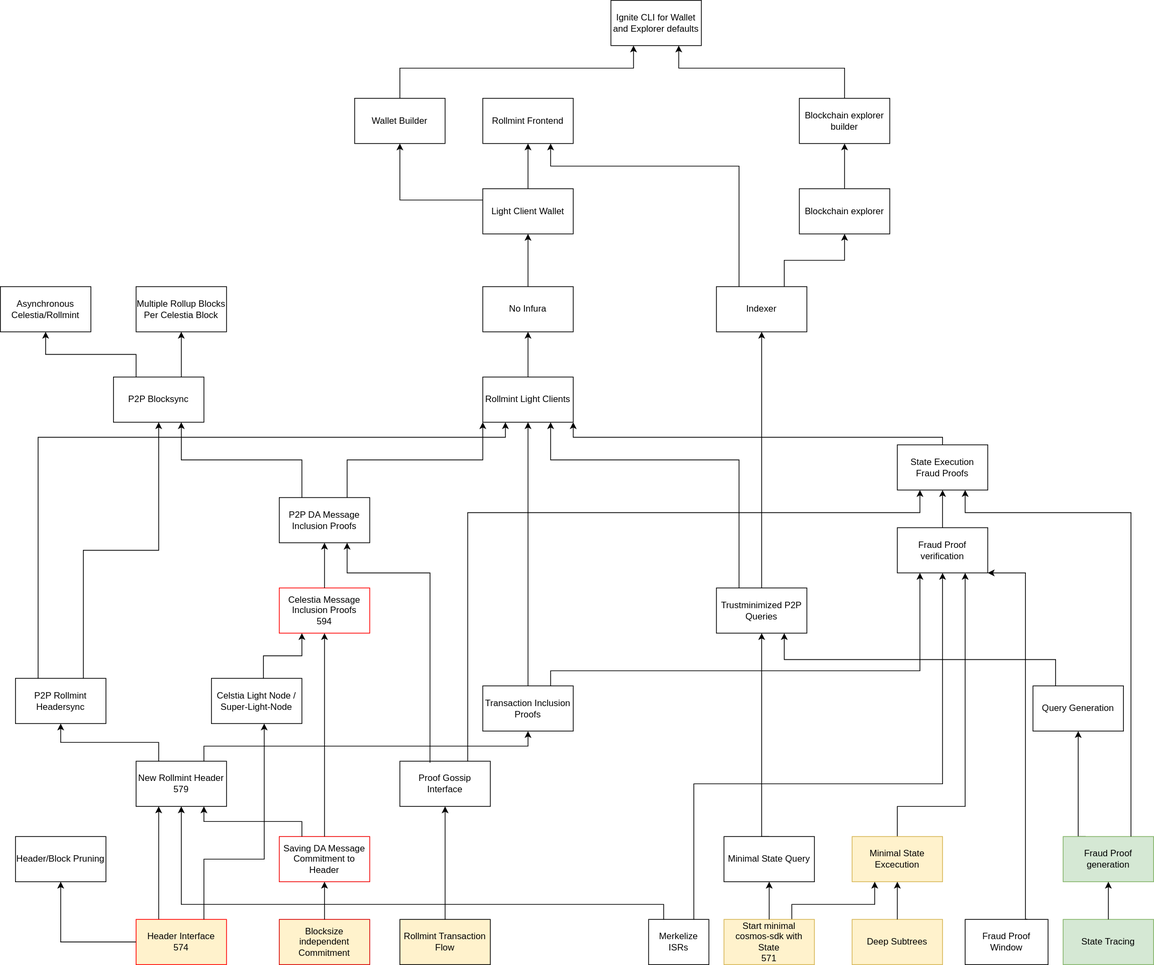
The draw.io diagram docs/Specification/dependency-graph.drawio.svg in rollkit/rollkit, before a commit. Source tidied: cells renumbered, new cells last; positions are measured from the earlier drawing's top-left corner, leaving out a move shared by most shapes.
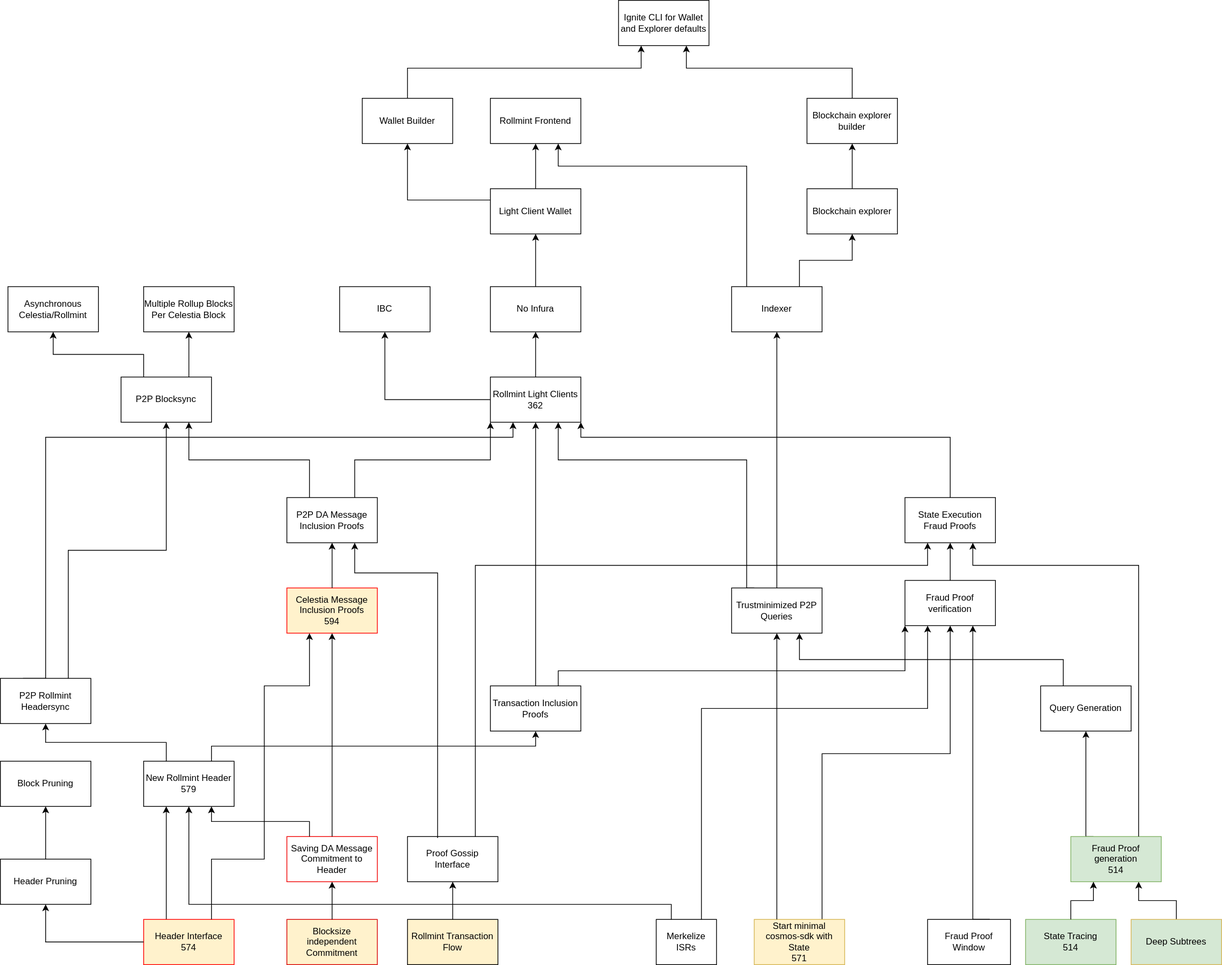
The same diagram one commit later.

Commit message:
added and removed Boxex added existing Epics created markdown

Change to the diagram source:
```diff
@@ -20,13 +20,13 @@
     <mxCell id="7" style="edgeStyle=orthogonalEdgeStyle;rounded=0;jettySize=auto;html=1;exitX=0.75;exitY=0;exitDx=0;exitDy=0;entryX=0.25;entryY=1;entryDx=0;entryDy=0;" parent="1" edge="1" source="8" target="60">
       <mxGeometry relative="1" as="geometry">
         <Array as="points">
-          <mxPoint x="620" y="680" />
-          <mxPoint x="1220" y="680" />
+          <mxPoint x="620" y="750" />
+          <mxPoint x="1220" y="750" />
         </Array>
       </mxGeometry>
     </mxCell>
     <mxCell id="8" value="Proof Gossip Interface" style="rounded=0;whiteSpace=wrap;html=1;" parent="1" vertex="1">
-      <mxGeometry x="530" y="1010" width="120" height="60" as="geometry" />
+      <mxGeometry x="530" y="1110" width="120" height="60" as="geometry" />
     </mxCell>
     <mxCell id="9" value="New Rollmint Header&lt;br&gt;&lt;a href=&quot;https://github.com/celestiaorg/rollmint/issues/579&quot;&gt;579&lt;/a&gt;" style="rounded=0;whiteSpace=wrap;html=1;" parent="1" vertex="1">
       <mxGeometry x="180" y="1010" width="120" height="60" as="geometry" />
@@ -39,11 +39,11 @@
         </Array>
       </mxGeometry>
     </mxCell>
-    <mxCell id="11" style="edgeStyle=orthogonalEdgeStyle;rounded=0;jettySize=auto;html=1;exitX=0.75;exitY=0;exitDx=0;exitDy=0;entryX=0.25;entryY=1;entryDx=0;entryDy=0;" parent="1" edge="1" source="12" target="56">
+    <mxCell id="11" style="edgeStyle=orthogonalEdgeStyle;rounded=0;jettySize=auto;html=1;exitX=0.75;exitY=0;exitDx=0;exitDy=0;entryX=0;entryY=1;entryDx=0;entryDy=0;" parent="1" edge="1" source="12" target="56">
       <mxGeometry relative="1" as="geometry">
         <Array as="points">
           <mxPoint x="730" y="890" />
-          <mxPoint x="1220" y="890" />
+          <mxPoint x="1190" y="890" />
         </Array>
       </mxGeometry>
     </mxCell>
@@ -58,7 +58,7 @@
         </Array>
       </mxGeometry>
     </mxCell>
-    <mxCell id="14" value="Celestia Message Inclusion Proofs&lt;br&gt;&lt;a href=&quot;https://github.com/celestiaorg/rollmint/issues/594&quot;&gt;594&lt;/a&gt;" style="rounded=0;whiteSpace=wrap;html=1;strokeColor=#FF0000;" parent="1" vertex="1">
+    <mxCell id="14" value="&lt;font color=&quot;#000000&quot;&gt;Celestia Message Inclusion Proofs&lt;/font&gt;&lt;br&gt;&lt;a href=&quot;https://github.com/celestiaorg/rollmint/issues/594&quot;&gt;594&lt;/a&gt;" style="rounded=0;whiteSpace=wrap;html=1;strokeColor=#FF0000;fillColor=#FFF2CC;" parent="1" vertex="1">
       <mxGeometry x="370" y="780" width="120" height="60" as="geometry" />
     </mxCell>
     <mxCell id="15" style="edgeStyle=orthogonalEdgeStyle;rounded=0;jettySize=auto;html=1;entryX=0.5;entryY=1;entryDx=0;entryDy=0;exitX=0.5;exitY=0;exitDx=0;exitDy=0;" parent="1" edge="1" source="5" target="14">
@@ -69,27 +69,16 @@
         </Array>
       </mxGeometry>
     </mxCell>
-    <mxCell id="16" style="edgeStyle=orthogonalEdgeStyle;rounded=0;jettySize=auto;html=1;exitX=0.575;exitY=0.017;exitDx=0;exitDy=0;entryX=0.25;entryY=1;entryDx=0;entryDy=0;exitPerimeter=0;" parent="1" edge="1" source="17" target="14">
-      <mxGeometry relative="1" as="geometry">
-        <Array as="points">
-          <mxPoint x="349" y="870" />
-          <mxPoint x="400" y="870" />
-        </Array>
-      </mxGeometry>
-    </mxCell>
-    <mxCell id="17" value="Celstia Light Node / Super-Light-Node" style="rounded=0;whiteSpace=wrap;html=1;" parent="1" vertex="1">
-      <mxGeometry x="280" y="900" width="120" height="60" as="geometry" />
-    </mxCell>
     <mxCell id="18" style="edgeStyle=orthogonalEdgeStyle;rounded=0;jettySize=auto;html=1;exitX=0.75;exitY=0;exitDx=0;exitDy=0;entryX=0.5;entryY=1;entryDx=0;entryDy=0;" parent="1" edge="1" source="19" target="27">
       <mxGeometry relative="1" as="geometry">
         <Array as="points">
-          <mxPoint x="110" y="730" />
+          <mxPoint x="80" y="730" />
           <mxPoint x="210" y="730" />
         </Array>
       </mxGeometry>
     </mxCell>
     <mxCell id="19" value="P2P Rollmint Headersync" style="whiteSpace=wrap;html=1;rounded=0;" parent="1" vertex="1">
-      <mxGeometry x="20" y="900" width="120" height="60" as="geometry" />
+      <mxGeometry x="-10" y="900" width="120" height="60" as="geometry" />
     </mxCell>
     <mxCell id="20" style="edgeStyle=orthogonalEdgeStyle;rounded=0;jettySize=auto;html=1;exitX=0.25;exitY=0;exitDx=0;exitDy=0;" parent="1" edge="1" source="9" target="19">
       <mxGeometry relative="1" as="geometry" />
@@ -128,8 +117,8 @@
         </Array>
       </mxGeometry>
     </mxCell>
-    <mxCell id="29" value="Header/Block Pruning" style="rounded=0;whiteSpace=wrap;html=1;" parent="1" vertex="1">
-      <mxGeometry x="20" y="1110" width="120" height="60" as="geometry" />
+    <mxCell id="29" value="Header Pruning" style="rounded=0;whiteSpace=wrap;html=1;" parent="1" vertex="1">
+      <mxGeometry x="-10" y="1140" width="120" height="60" as="geometry" />
     </mxCell>
     <mxCell id="30" style="edgeStyle=orthogonalEdgeStyle;rounded=0;jettySize=auto;html=1;exitX=0;exitY=0.5;exitDx=0;exitDy=0;entryX=0.5;entryY=1;entryDx=0;entryDy=0;" parent="1" edge="1" source="3" target="29">
       <mxGeometry relative="1" as="geometry" />
@@ -137,19 +126,20 @@
     <mxCell id="31" value="Asynchronous Celestia/Rollmint " style="rounded=0;whiteSpace=wrap;html=1;" parent="1" vertex="1">
       <mxGeometry y="380" width="120" height="60" as="geometry" />
     </mxCell>
-    <mxCell id="32" style="edgeStyle=orthogonalEdgeStyle;rounded=0;jettySize=auto;html=1;exitX=0.75;exitY=0;exitDx=0;exitDy=0;" parent="1" edge="1" source="3">
+    <mxCell id="32" style="edgeStyle=orthogonalEdgeStyle;rounded=0;jettySize=auto;html=1;exitX=0.75;exitY=0;exitDx=0;exitDy=0;entryX=0.25;entryY=1;entryDx=0;entryDy=0;" parent="1" edge="1" source="3" target="14">
       <mxGeometry relative="1" as="geometry">
-        <mxPoint x="350" y="960" as="targetPoint" />
         <Array as="points">
           <mxPoint x="270" y="1140" />
-          <mxPoint x="350" y="1140" />
+          <mxPoint x="340" y="1140" />
+          <mxPoint x="340" y="910" />
+          <mxPoint x="400" y="910" />
         </Array>
       </mxGeometry>
     </mxCell>
     <mxCell id="33" style="edgeStyle=orthogonalEdgeStyle;rounded=0;jettySize=auto;html=1;exitX=0.5;exitY=0;exitDx=0;exitDy=0;" parent="1" edge="1" source="34" target="67">
       <mxGeometry relative="1" as="geometry" />
     </mxCell>
-    <mxCell id="34" value="Rollmint Light Clients" style="rounded=0;whiteSpace=wrap;html=1;" parent="1" vertex="1">
+    <mxCell id="34" value="Rollmint Light Clients&lt;br&gt;&lt;a href=&quot;https://github.com/celestiaorg/rollmint/issues/362&quot;&gt;362&lt;/a&gt;" style="rounded=0;whiteSpace=wrap;html=1;" parent="1" vertex="1">
       <mxGeometry x="640" y="500" width="120" height="60" as="geometry" />
     </mxCell>
     <mxCell id="35" style="edgeStyle=orthogonalEdgeStyle;rounded=0;jettySize=auto;html=1;" parent="1" edge="1" source="12" target="34">
@@ -166,8 +156,8 @@
     <mxCell id="37" value="Multiple Rollup Blocks Per Celestia Block" style="rounded=0;whiteSpace=wrap;html=1;" parent="1" vertex="1">
       <mxGeometry x="180" y="380" width="120" height="60" as="geometry" />
     </mxCell>
-    <mxCell id="38" value="State Tracing" style="whiteSpace=wrap;html=1;rounded=0;fillColor=#D5E8D4;strokeColor=#82b366;fontColor=#000000;" parent="1" vertex="1">
-      <mxGeometry x="1410" y="1220" width="120" height="60" as="geometry" />
+    <mxCell id="38" value="State Tracing&lt;br&gt;&lt;a href=&quot;https://github.com/celestiaorg/rollmint/issues/514&quot;&gt;514&lt;/a&gt;" style="whiteSpace=wrap;html=1;rounded=0;fillColor=#D5E8D4;strokeColor=#82b366;fontColor=#000000;" parent="1" vertex="1">
+      <mxGeometry x="1350" y="1220" width="120" height="60" as="geometry" />
     </mxCell>
     <mxCell id="39" style="edgeStyle=orthogonalEdgeStyle;rounded=0;jettySize=auto;html=1;exitX=0.25;exitY=0;exitDx=0;exitDy=0;entryX=0.5;entryY=1;entryDx=0;entryDy=0;" parent="1" edge="1" source="40" target="42">
       <mxGeometry relative="1" as="geometry">
@@ -176,58 +166,34 @@
         </Array>
       </mxGeometry>
     </mxCell>
+    <mxCell id="84" style="edgeStyle=orthogonalEdgeStyle;rounded=0;html=1;exitX=0.75;exitY=1;exitDx=0;exitDy=0;entryX=0.5;entryY=0;entryDx=0;entryDy=0;fontColor=#000000;startArrow=classic;startFill=1;endArrow=none;endFill=0;" parent="1" edge="1" source="40" target="43">
+      <mxGeometry relative="1" as="geometry" />
+    </mxCell>
-    <mxCell id="40" value="Fraud Proof generation" style="rounded=0;whiteSpace=wrap;html=1;fillColor=#D5E8D4;strokeColor=#82b366;fontColor=#000000;" parent="1" vertex="1">
+    <mxCell id="40" value="Fraud Proof generation&lt;br&gt;&lt;a href=&quot;https://github.com/celestiaorg/rollmint/issues/514&quot;&gt;514&lt;/a&gt;" style="rounded=0;whiteSpace=wrap;html=1;fillColor=#D5E8D4;strokeColor=#82b366;fontColor=#000000;" parent="1" vertex="1">
       <mxGeometry x="1410" y="1110" width="120" height="60" as="geometry" />
     </mxCell>
-    <mxCell id="41" style="edgeStyle=orthogonalEdgeStyle;rounded=0;jettySize=auto;html=1;" parent="1" edge="1" source="38" target="40">
+    <mxCell id="41" style="edgeStyle=orthogonalEdgeStyle;rounded=0;jettySize=auto;html=1;entryX=0.25;entryY=1;entryDx=0;entryDy=0;" parent="1" edge="1" source="38" target="40">
       <mxGeometry relative="1" as="geometry" />
     </mxCell>
     <mxCell id="42" value="Query Generation" style="rounded=0;whiteSpace=wrap;html=1;" parent="1" vertex="1">
       <mxGeometry x="1370" y="910" width="120" height="60" as="geometry" />
     </mxCell>
-    <mxCell id="43" value="Deep Subtrees" style="whiteSpace=wrap;html=1;rounded=0;fillColor=#FFF2CC;strokeColor=#d6b656;fontColor=#000000;" parent="1" vertex="1">
-      <mxGeometry x="1130" y="1220" width="120" height="60" as="geometry" />
+    <mxCell id="43" value="Deep Subtrees" style="whiteSpace=wrap;html=1;rounded=0;fillColor=#D5E8D4;strokeColor=#d6b656;fontColor=#000000;" parent="1" vertex="1">
+      <mxGeometry x="1490" y="1220" width="120" height="60" as="geometry" />
     </mxCell>
-    <mxCell id="44" style="edgeStyle=orthogonalEdgeStyle;rounded=0;jettySize=auto;html=1;exitX=0.5;exitY=0;exitDx=0;exitDy=0;entryX=0.75;entryY=1;entryDx=0;entryDy=0;" parent="1" edge="1" source="45" target="56">
-      <mxGeometry relative="1" as="geometry">
-        <Array as="points">
-          <mxPoint x="1190" y="1070" />
-          <mxPoint x="1280" y="1070" />
-        </Array>
-      </mxGeometry>
-    </mxCell>
-    <mxCell id="45" value="Minimal State Excecution" style="whiteSpace=wrap;html=1;fillColor=#fff2cc;strokeColor=#d6b656;fontColor=#000000;" parent="1" vertex="1">
-      <mxGeometry x="1130" y="1110" width="120" height="60" as="geometry" />
-    </mxCell>
-    <mxCell id="46" style="edgeStyle=orthogonalEdgeStyle;rounded=0;jettySize=auto;html=1;exitX=0.5;exitY=0;exitDx=0;exitDy=0;entryX=0.5;entryY=1;entryDx=0;entryDy=0;" parent="1" edge="1" source="43" target="45">
-      <mxGeometry relative="1" as="geometry">
-        <Array as="points">
-          <mxPoint x="1190" y="1180" />
-          <mxPoint x="1190" y="1180" />
-        </Array>
-      </mxGeometry>
-    </mxCell>
-    <mxCell id="47" style="edgeStyle=orthogonalEdgeStyle;rounded=0;jettySize=auto;html=1;exitX=0.75;exitY=0;exitDx=0;exitDy=0;entryX=0.25;entryY=1;entryDx=0;entryDy=0;" parent="1" edge="1" source="48" target="45">
+    <mxCell id="47" style="edgeStyle=orthogonalEdgeStyle;rounded=0;jettySize=auto;html=1;exitX=0.75;exitY=0;exitDx=0;exitDy=0;entryX=0.5;entryY=1;entryDx=0;entryDy=0;" parent="1" edge="1" source="48" target="56">
       <mxGeometry relative="1" as="geometry">
         <Array as="points">
-          <mxPoint x="1050" y="1200" />
-          <mxPoint x="1160" y="1200" />
+          <mxPoint x="1080" y="1000" />
+          <mxPoint x="1250" y="1000" />
         </Array>
       </mxGeometry>
     </mxCell>
     <mxCell id="48" value="Start minimal cosmos-sdk with State&lt;br&gt;&lt;a href=&quot;https://github.com/celestiaorg/rollmint/issues/571&quot;&gt;571&lt;/a&gt;" style="rounded=0;whiteSpace=wrap;html=1;fillColor=#fff2cc;strokeColor=#d6b656;fontColor=#000000;" parent="1" vertex="1">
-      <mxGeometry x="960" y="1220" width="120" height="60" as="geometry" />
+      <mxGeometry x="990" y="1220" width="120" height="60" as="geometry" />
     </mxCell>
-    <mxCell id="49" value="Minimal State Query" style="whiteSpace=wrap;html=1;rounded=0;" parent="1" vertex="1">
-      <mxGeometry x="960" y="1110" width="120" height="60" as="geometry" />
-    </mxCell>
-    <mxCell id="50" style="edgeStyle=orthogonalEdgeStyle;rounded=0;jettySize=auto;html=1;exitX=0.5;exitY=0;exitDx=0;exitDy=0;entryX=0.5;entryY=1;entryDx=0;entryDy=0;" parent="1" edge="1" source="48" target="49">
-      <mxGeometry relative="1" as="geometry">
-        <Array as="points">
-          <mxPoint x="1020" y="1170" />
-          <mxPoint x="1020" y="1170" />
-        </Array>
-      </mxGeometry>
+    <mxCell id="50" style="edgeStyle=orthogonalEdgeStyle;rounded=0;jettySize=auto;html=1;exitX=0.25;exitY=0;exitDx=0;exitDy=0;entryX=0.5;entryY=1;entryDx=0;entryDy=0;" parent="1" edge="1" source="48" target="53">
+      <mxGeometry relative="1" as="geometry" />
     </mxCell>
     <mxCell id="51" style="edgeStyle=orthogonalEdgeStyle;rounded=0;jettySize=auto;html=1;exitX=0.25;exitY=0;exitDx=0;exitDy=0;entryX=0.75;entryY=1;entryDx=0;entryDy=0;" parent="1" edge="1" source="53" target="34">
       <mxGeometry relative="1" as="geometry">
@@ -241,32 +207,23 @@
       <mxGeometry relative="1" as="geometry" />
     </mxCell>
     <mxCell id="53" value="Trustminimized P2P Queries&amp;nbsp; " style="rounded=0;whiteSpace=wrap;html=1;" parent="1" vertex="1">
-      <mxGeometry x="950" y="780" width="120" height="60" as="geometry" />
+      <mxGeometry x="960" y="780" width="120" height="60" as="geometry" />
     </mxCell>
-    <mxCell id="54" style="edgeStyle=orthogonalEdgeStyle;rounded=0;jettySize=auto;html=1;entryX=0.5;entryY=1;entryDx=0;entryDy=0;exitX=0.5;exitY=0;exitDx=0;exitDy=0;" parent="1" edge="1" source="49" target="53">
-      <mxGeometry relative="1" as="geometry">
-        <Array as="points">
-          <mxPoint x="1010" y="1110" />
-          <mxPoint x="1010" y="900" />
-        </Array>
-      </mxGeometry>
-    </mxCell>
     <mxCell id="55" style="edgeStyle=orthogonalEdgeStyle;rounded=0;jettySize=auto;html=1;exitX=0.25;exitY=0;exitDx=0;exitDy=0;entryX=0.75;entryY=1;entryDx=0;entryDy=0;" parent="1" edge="1" source="42" target="53">
       <mxGeometry relative="1" as="geometry" />
     </mxCell>
     <mxCell id="56" value="Fraud Proof verification" style="rounded=0;whiteSpace=wrap;html=1;" parent="1" vertex="1">
-      <mxGeometry x="1190" y="700" width="120" height="60" as="geometry" />
+      <mxGeometry x="1190" y="770" width="120" height="60" as="geometry" />
     </mxCell>
-    <mxCell id="57" style="edgeStyle=orthogonalEdgeStyle;rounded=0;jettySize=auto;html=1;exitX=0.75;exitY=0;exitDx=0;exitDy=0;entryX=1;entryY=1;entryDx=0;entryDy=0;" parent="1" edge="1" source="58" target="56">
+    <mxCell id="57" style="edgeStyle=orthogonalEdgeStyle;rounded=0;jettySize=auto;html=1;exitX=0.75;exitY=0;exitDx=0;exitDy=0;entryX=0.75;entryY=1;entryDx=0;entryDy=0;" parent="1" edge="1" source="58" target="56">
       <mxGeometry relative="1" as="geometry">
         <Array as="points">
-          <mxPoint x="1360" y="1220" />
-          <mxPoint x="1360" y="760" />
+          <mxPoint x="1280" y="1220" />
         </Array>
       </mxGeometry>
     </mxCell>
     <mxCell id="58" value="Fraud Proof Window" style="whiteSpace=wrap;html=1;rounded=0;" parent="1" vertex="1">
-      <mxGeometry x="1280" y="1220" width="110" height="60" as="geometry" />
+      <mxGeometry x="1220" y="1220" width="110" height="60" as="geometry" />
     </mxCell>
     <mxCell id="59" style="edgeStyle=orthogonalEdgeStyle;rounded=0;jettySize=auto;html=1;exitX=0.5;exitY=0;exitDx=0;exitDy=0;entryX=1;entryY=1;entryDx=0;entryDy=0;" parent="1" edge="1" source="60" target="34">
       <mxGeometry relative="1" as="geometry">
@@ -277,21 +234,21 @@
       </mxGeometry>
     </mxCell>
     <mxCell id="60" value="State Execution Fraud Proofs" style="rounded=0;whiteSpace=wrap;html=1;" parent="1" vertex="1">
-      <mxGeometry x="1190" y="590" width="120" height="60" as="geometry" />
+      <mxGeometry x="1190" y="660" width="120" height="60" as="geometry" />
     </mxCell>
     <mxCell id="61" style="edgeStyle=orthogonalEdgeStyle;rounded=0;jettySize=auto;html=1;exitX=0.5;exitY=0;exitDx=0;exitDy=0;entryX=0.5;entryY=1;entryDx=0;entryDy=0;" parent="1" edge="1" source="56" target="60">
       <mxGeometry relative="1" as="geometry">
         <Array as="points">
-          <mxPoint x="1250" y="660" />
-          <mxPoint x="1250" y="660" />
+          <mxPoint x="1250" y="720" />
+          <mxPoint x="1250" y="720" />
         </Array>
       </mxGeometry>
     </mxCell>
     <mxCell id="62" style="edgeStyle=orthogonalEdgeStyle;rounded=0;jettySize=auto;html=1;exitX=0.75;exitY=0;exitDx=0;exitDy=0;entryX=0.75;entryY=1;entryDx=0;entryDy=0;" parent="1" edge="1" source="40" target="60">
       <mxGeometry relative="1" as="geometry">
         <Array as="points">
-          <mxPoint x="1500" y="680" />
-          <mxPoint x="1280" y="680" />
+          <mxPoint x="1500" y="750" />
+          <mxPoint x="1280" y="750" />
         </Array>
       </mxGeometry>
     </mxCell>
@@ -306,11 +263,11 @@
     <mxCell id="64" value="Merkelize ISRs" style="whiteSpace=wrap;html=1;rounded=0;" parent="1" vertex="1">
       <mxGeometry x="860" y="1220" width="80" height="60" as="geometry" />
     </mxCell>
-    <mxCell id="65" style="edgeStyle=orthogonalEdgeStyle;rounded=0;jettySize=auto;html=1;exitX=0.75;exitY=0;exitDx=0;exitDy=0;entryX=0.5;entryY=1;entryDx=0;entryDy=0;" parent="1" edge="1" source="64" target="56">
+    <mxCell id="65" style="edgeStyle=orthogonalEdgeStyle;rounded=0;jettySize=auto;html=1;exitX=0.75;exitY=0;exitDx=0;exitDy=0;entryX=0.25;entryY=1;entryDx=0;entryDy=0;" parent="1" edge="1" source="64" target="56">
       <mxGeometry relative="1" as="geometry">
         <Array as="points">
-          <mxPoint x="920" y="1040" />
-          <mxPoint x="1250" y="1040" />
+          <mxPoint x="920" y="940" />
+          <mxPoint x="1220" y="940" />
         </Array>
       </mxGeometry>
     </mxCell>
@@ -344,7 +301,7 @@
       <mxGeometry relative="1" as="geometry" />
     </mxCell>
     <mxCell id="74" value="Indexer " style="rounded=0;whiteSpace=wrap;html=1;" parent="1" vertex="1">
-      <mxGeometry x="950" y="380" width="120" height="60" as="geometry" />
+      <mxGeometry x="960" y="380" width="120" height="60" as="geometry" />
     </mxCell>
     <mxCell id="75" style="edgeStyle=orthogonalEdgeStyle;rounded=0;jettySize=auto;html=1;entryX=0.25;entryY=1;entryDx=0;entryDy=0;" parent="1" edge="1" source="76" target="79">
       <mxGeometry relative="1" as="geometry">
@@ -383,5 +340,17 @@
     <mxCell id="83" value="Rollmint Transaction Flow" style="rounded=0;whiteSpace=wrap;html=1;fillColor=#FFF2CC;fontColor=#000000;" parent="1" vertex="1">
       <mxGeometry x="530" y="1220" width="120" height="60" as="geometry" />
     </mxCell>
+    <mxCell id="85" style="edgeStyle=orthogonalEdgeStyle;rounded=0;html=1;exitX=0.5;exitY=1;exitDx=0;exitDy=0;fontColor=#000000;startArrow=classic;startFill=1;endArrow=none;endFill=0;" parent="1" edge="1" source="86" target="29">
+      <mxGeometry relative="1" as="geometry" />
+    </mxCell>
+    <mxCell id="86" value="Block Pruning" style="rounded=0;whiteSpace=wrap;html=1;" parent="1" vertex="1">
+      <mxGeometry x="-10" y="1010" width="120" height="60" as="geometry" />
+    </mxCell>
+    <mxCell id="87" style="edgeStyle=orthogonalEdgeStyle;rounded=0;html=1;exitX=0.5;exitY=1;exitDx=0;exitDy=0;entryX=0;entryY=0.5;entryDx=0;entryDy=0;fontColor=#000000;startArrow=classic;startFill=1;endArrow=none;endFill=0;" parent="1" edge="1" source="88" target="34">
+      <mxGeometry relative="1" as="geometry" />
+    </mxCell>
+    <mxCell id="88" value="IBC" style="rounded=0;whiteSpace=wrap;html=1;" parent="1" vertex="1">
+      <mxGeometry x="440" y="380" width="120" height="60" as="geometry" />
+    </mxCell>
   </root>
 </mxGraphModel>
```
